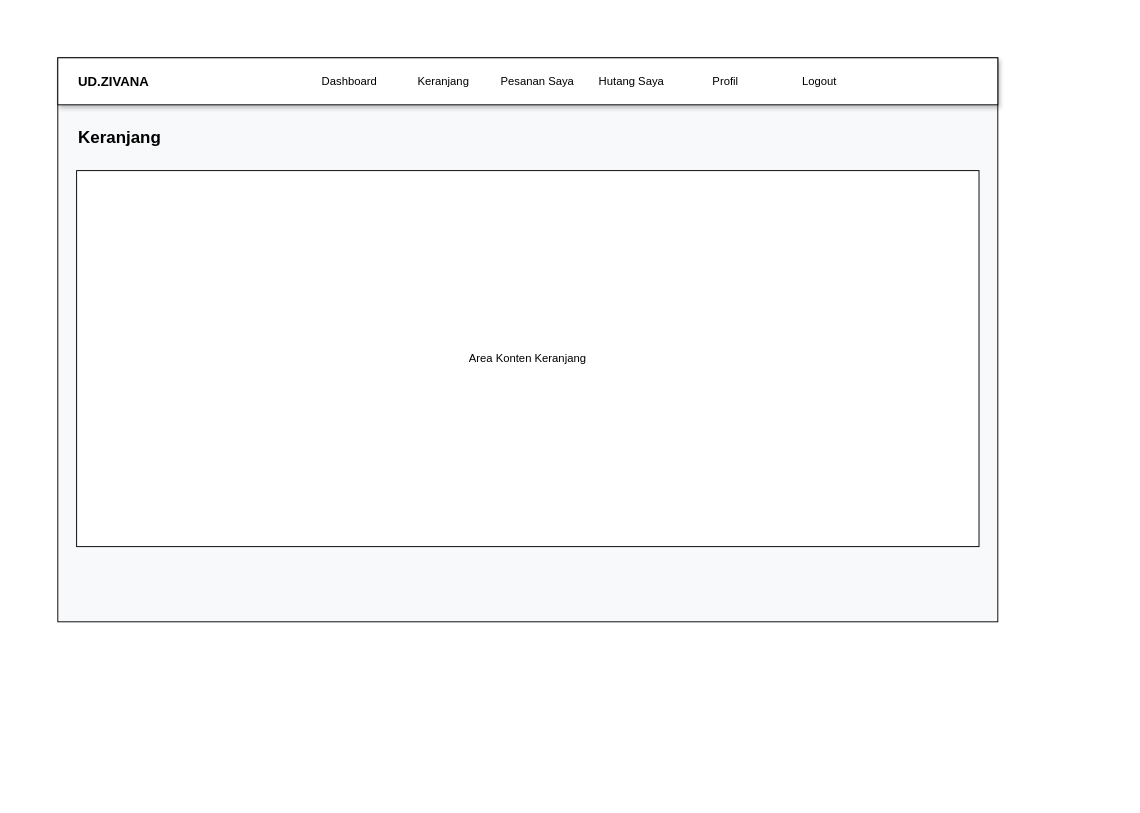
This is diagram/desain/customer/keranjang.drawio from RajaSunrise/ud_zivana, a draw.io file, before an edit. Source tidied: cells renumbered, new cells numbered last; positions are measured from the earlier drawing's top-left corner, leaving out a move shared by most shapes. Both pictures are drawn from the tidied source at 94%, with x=0, y=0 at pixel (57, 57).
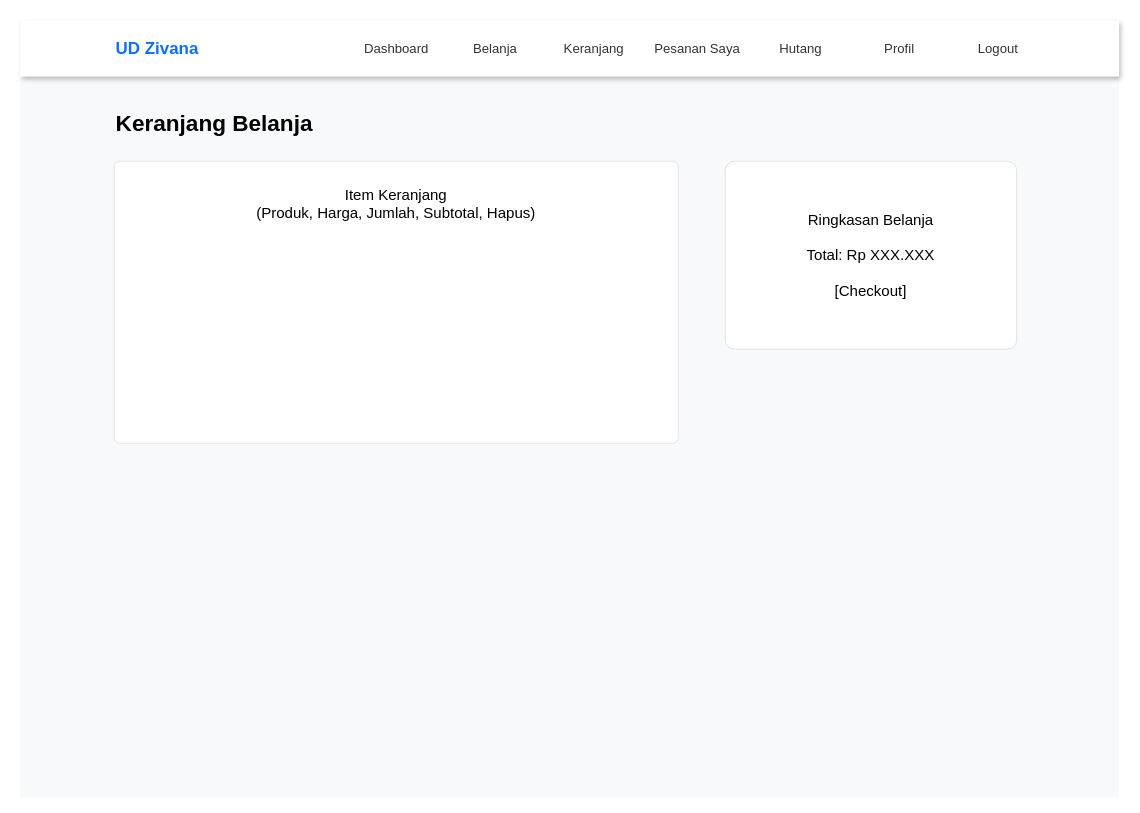
Above is the later version.

Change to the diagram source:
```diff
@@
 <mxGraphModel>
   <root>
     <mxCell id="0" />
     <mxCell id="1" parent="0" />
-    <mxCell id="2" style="rounded=0;whiteSpace=wrap;html=1;fillColor=#f8f9fa;" parent="1" vertex="1">
-      <mxGeometry width="1000" height="600" as="geometry" />
+    <mxCell id="2" style="rounded=0;whiteSpace=wrap;html=1;fillColor=#f8f9fa;strokeColor=none;" parent="1" vertex="1">
+      <mxGeometry x="-40" y="-40" width="1169" height="827" as="geometry" />
     </mxCell>
-    <mxCell id="3" style="rounded=0;whiteSpace=wrap;html=1;fillColor=#ffffff;shadow=1;" parent="1" vertex="1">
-      <mxGeometry width="1000" height="50" as="geometry" />
-    </mxCell>
+    <mxCell id="13" style="rounded=0;whiteSpace=wrap;html=1;fillColor=#ffffff;shadow=1;strokeColor=none;" parent="1" vertex="1">
+      <mxGeometry x="-40" y="-40" width="1169" height="60" as="geometry" />
+    </mxCell>
-    <mxCell id="4" value="UD.ZIVANA" style="text;html=1;strokeColor=none;fillColor=none;align=left;verticalAlign=middle;fontStyle=1;fontSize=14;" parent="1" vertex="1">
-      <mxGeometry x="20" width="200" height="50" as="geometry" />
+    <mxCell id="4" value="UD Zivana" style="text;html=1;strokeColor=none;fillColor=none;align=left;verticalAlign=middle;fontStyle=1;fontSize=18;fontColor=#0d6efd;" parent="1" vertex="1">
+      <mxGeometry x="60" y="-30" width="200" height="40" as="geometry" />
     </mxCell>
-    <mxCell id="5" value="Dashboard" style="text;html=1;strokeColor=none;fillColor=none;align=center;verticalAlign=middle;" parent="1" vertex="1">
-      <mxGeometry x="260" width="100" height="50" as="geometry" />
+    <mxCell id="5" value="Dashboard" style="text;html=1;strokeColor=none;fillColor=none;align=center;verticalAlign=middle;fontSize=14;fontColor=#333333;" parent="1" vertex="1">
+      <mxGeometry x="310" y="-30" width="100" height="40" as="geometry" />
     </mxCell>
-    <mxCell id="6" value="Keranjang" style="text;html=1;strokeColor=none;fillColor=none;align=center;verticalAlign=middle;" parent="1" vertex="1">
-      <mxGeometry x="360" width="100" height="50" as="geometry" />
+    <mxCell id="6" value="Belanja" style="text;html=1;strokeColor=none;fillColor=none;align=center;verticalAlign=middle;fontSize=14;fontColor=#333333;" parent="1" vertex="1">
+      <mxGeometry x="415" y="-30" width="100" height="40" as="geometry" />
     </mxCell>
-    <mxCell id="7" value="Pesanan Saya" style="text;html=1;strokeColor=none;fillColor=none;align=center;verticalAlign=middle;" parent="1" vertex="1">
-      <mxGeometry x="460" width="100" height="50" as="geometry" />
+    <mxCell id="7" value="Keranjang" style="text;html=1;strokeColor=none;fillColor=none;align=center;verticalAlign=middle;fontSize=14;fontColor=#333333;" parent="1" vertex="1">
+      <mxGeometry x="520" y="-30" width="100" height="40" as="geometry" />
     </mxCell>
-    <mxCell id="8" value="Hutang Saya" style="text;html=1;strokeColor=none;fillColor=none;align=center;verticalAlign=middle;" parent="1" vertex="1">
-      <mxGeometry x="560" width="100" height="50" as="geometry" />
+    <mxCell id="8" value="Pesanan Saya" style="text;html=1;strokeColor=none;fillColor=none;align=center;verticalAlign=middle;fontSize=14;fontColor=#333333;" parent="1" vertex="1">
+      <mxGeometry x="625" y="-30" width="110" height="40" as="geometry" />
     </mxCell>
-    <mxCell id="9" value="Profil" style="text;html=1;strokeColor=none;fillColor=none;align=center;verticalAlign=middle;" parent="1" vertex="1">
-      <mxGeometry x="660" width="100" height="50" as="geometry" />
+    <mxCell id="9" value="Hutang" style="text;html=1;strokeColor=none;fillColor=none;align=center;verticalAlign=middle;fontSize=14;fontColor=#333333;" parent="1" vertex="1">
+      <mxGeometry x="740" y="-30" width="100" height="40" as="geometry" />
     </mxCell>
-    <mxCell id="10" value="Logout" style="text;html=1;strokeColor=none;fillColor=none;align=center;verticalAlign=middle;" parent="1" vertex="1">
-      <mxGeometry x="760" width="100" height="50" as="geometry" />
+    <mxCell id="10" value="Profil" style="text;html=1;strokeColor=none;fillColor=none;align=center;verticalAlign=middle;fontSize=14;fontColor=#333333;" parent="1" vertex="1">
+      <mxGeometry x="845" y="-30" width="100" height="40" as="geometry" />
     </mxCell>
+    <mxCell id="14" value="Logout" style="text;html=1;strokeColor=none;fillColor=none;align=center;verticalAlign=middle;fontSize=14;fontColor=#333333;" parent="1" vertex="1">
+      <mxGeometry x="950" y="-30" width="100" height="40" as="geometry" />
+    </mxCell>
-    <mxCell id="11" value="Keranjang" style="text;html=1;strokeColor=none;fillColor=none;align=left;verticalAlign=middle;fontSize=18;fontStyle=1;" parent="1" vertex="1">
-      <mxGeometry x="20" y="70" width="300" height="30" as="geometry" />
+    <mxCell id="11" value="Keranjang Belanja" style="text;html=1;strokeColor=none;fillColor=none;align=left;verticalAlign=middle;fontSize=24;fontStyle=1;" parent="1" vertex="1">
+      <mxGeometry x="60" y="50" width="300" height="40" as="geometry" />
     </mxCell>
-    <mxCell id="12" value="Area Konten Keranjang" style="rounded=0;whiteSpace=wrap;html=1;align=center;verticalAlign=middle;" parent="1" vertex="1">
-      <mxGeometry x="20" y="120" width="960" height="400" as="geometry" />
-    </mxCell>
+    <mxCell id="15" value="Item Keranjang&#10;(Produk, Harga, Jumlah, Subtotal, Hapus)" style="rounded=1;arcSize=2;whiteSpace=wrap;html=1;fillColor=#ffffff;strokeColor=#dee2e6;align=center;verticalAlign=top;spacingTop=20;fontSize=16;" parent="1" vertex="1">
+      <mxGeometry x="60" y="110" width="600" height="300" as="geometry" />
+    </mxCell>
+    <mxCell id="16" value="Ringkasan Belanja&#10;&#10;Total: Rp XXX.XXX&#10;&#10;[Checkout]" style="rounded=1;arcSize=5;whiteSpace=wrap;html=1;fillColor=#ffffff;strokeColor=#dee2e6;align=center;verticalAlign=middle;fontSize=16;" parent="1" vertex="1">
+      <mxGeometry x="710" y="110" width="310" height="200" as="geometry" />
+    </mxCell>
   </root>
 </mxGraphModel>
```
